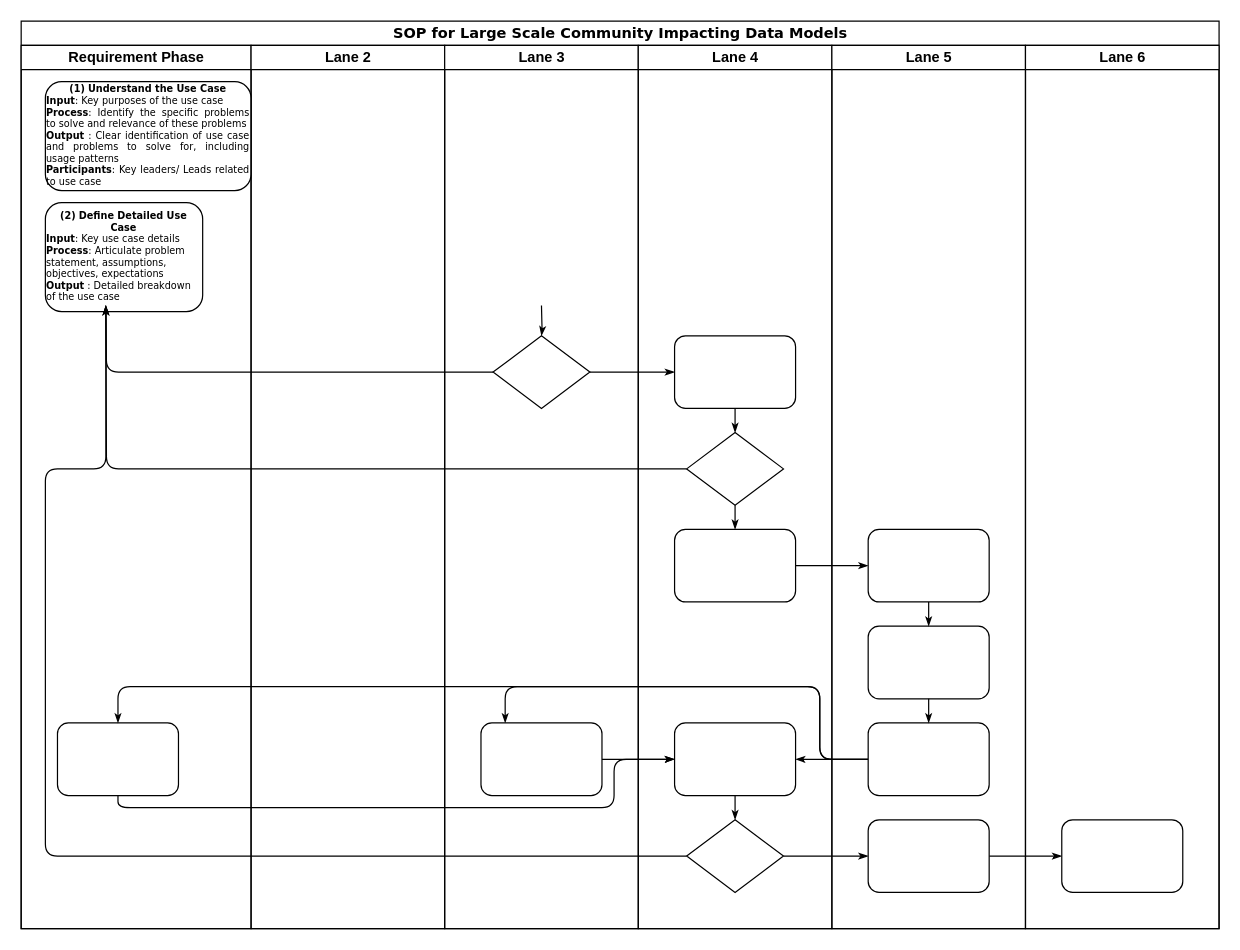
drshyamsundaram/CommunityDataModel keeps this draw.io diagram as DataModel_SOP_Detailed.drawio. Above is the earlier version. Source tidied: cells renumbered, new cells numbered last; positions are measured from the earlier drawing's top-left corner, leaving out a move shared by most shapes. Both pictures are drawn from the tidied source at 121%, with x=0, y=0 at pixel (21, 21).
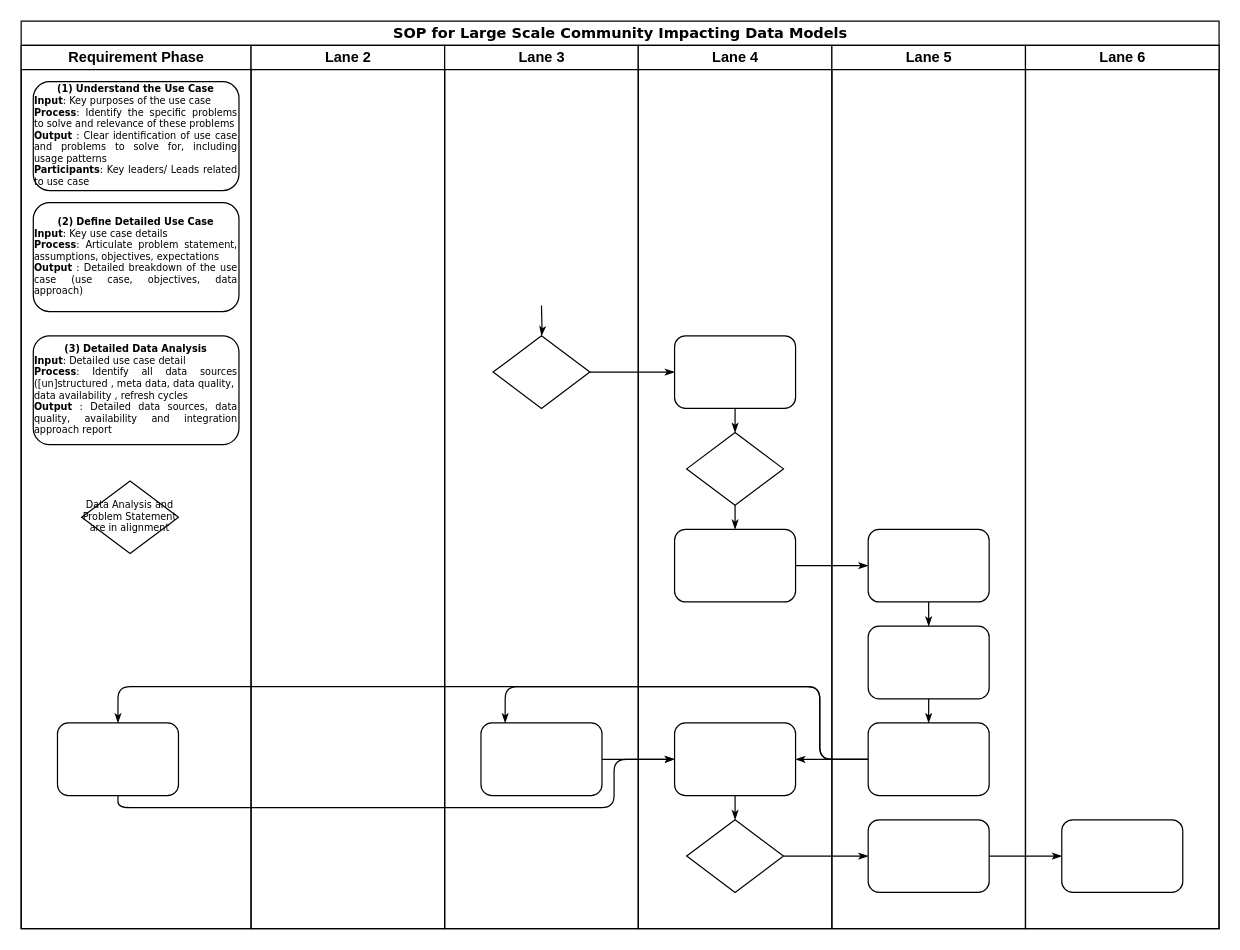
After the change.

The change refers to these unchanged cells:
```xml
<mxCell id="2" value="&lt;font style=&quot;font-size: 12px&quot;&gt;SOP for Large Scale Community Impacting Data Models&lt;/font&gt;" style="swimlane;html=1;startSize=20;rounded=0;shadow=0;labelBackgroundColor=none;strokeWidth=1;fontFamily=Verdana;fontSize=8;align=center;" parent="1" vertex="1">
  <mxGeometry width="990" height="750" as="geometry" />
</mxCell>
<mxCell id="3" value="Requirement Phase" style="swimlane;html=1;startSize=20;" parent="2" vertex="1">
  <mxGeometry y="20" width="190" height="730" as="geometry" />
</mxCell>
<mxCell id="21" style="rhombus;whiteSpace=wrap;html=1;rounded=0;shadow=0;labelBackgroundColor=none;strokeWidth=1;fontFamily=Verdana;fontSize=8;align=center;" parent="20" vertex="1">
  <mxGeometry x="40" y="240" width="80" height="60" as="geometry" />
</mxCell>
<mxCell id="26" style="rhombus;whiteSpace=wrap;html=1;rounded=0;shadow=0;labelBackgroundColor=none;strokeWidth=1;fontFamily=Verdana;fontSize=8;align=center;" parent="24" vertex="1">
  <mxGeometry x="40" y="320" width="80" height="60" as="geometry" />
</mxCell>
<mxCell id="29" style="rhombus;whiteSpace=wrap;html=1;rounded=0;shadow=0;labelBackgroundColor=none;strokeWidth=1;fontFamily=Verdana;fontSize=8;align=center;" parent="24" vertex="1">
  <mxGeometry x="40" y="640" width="80" height="60" as="geometry" />
</mxCell>
```

Change to the diagram source:
```diff
@@
     <mxCell id="4" value="&lt;b&gt;(1)&lt;/b&gt; &lt;b&gt;Understand the Use Case&lt;br&gt;&lt;div style=&quot;text-align: justify&quot;&gt;&lt;b&gt;Input&lt;/b&gt;&lt;span style=&quot;font-weight: normal&quot;&gt;: Key purposes of the use case&lt;/span&gt;&lt;/div&gt;&lt;/b&gt;&lt;b&gt;&lt;div style=&quot;text-align: justify&quot;&gt;&lt;b&gt;Process&lt;/b&gt;&lt;span style=&quot;font-weight: normal&quot;&gt;: Identify the specific problems to solve and relevance of these problems&lt;/span&gt;&lt;/div&gt;&lt;/b&gt;&lt;b&gt;&lt;div style=&quot;text-align: justify&quot;&gt;&lt;b&gt;Output&lt;/b&gt;&lt;span style=&quot;font-weight: normal&quot;&gt; : Clear identification of use case and problems to solve for, including usage patterns&lt;/span&gt;&lt;/div&gt;&lt;/b&gt;&lt;b&gt;&lt;div style=&quot;text-align: justify&quot;&gt;&lt;b&gt;Participants&lt;/b&gt;&lt;span style=&quot;font-weight: normal&quot;&gt;: Key leaders/ Leads related to use case&lt;/span&gt;&lt;/div&gt;&lt;/b&gt;" style="rounded=1;whiteSpace=wrap;html=1;shadow=0;labelBackgroundColor=none;strokeWidth=1;fontFamily=Verdana;fontSize=8;align=center;" parent="3" vertex="1">
-      <mxGeometry x="20" y="30" width="170" height="90" as="geometry" />
+      <mxGeometry x="10" y="30" width="170" height="90" as="geometry" />
     </mxCell>
@@
-    <mxCell id="6" value="&lt;b&gt;(2)&lt;/b&gt; &lt;b&gt;Define Detailed Use Case&lt;br&gt;&lt;div style=&quot;text-align: left&quot;&gt;&lt;b&gt;Input&lt;/b&gt;&lt;span style=&quot;font-weight: normal&quot;&gt;: Key use case details&lt;/span&gt;&lt;/div&gt;&lt;/b&gt;&lt;b&gt;&lt;div style=&quot;text-align: left&quot;&gt;&lt;b&gt;Process&lt;/b&gt;&lt;span style=&quot;font-weight: normal&quot;&gt;: Articulate problem statement, assumptions, objectives, expectations&amp;nbsp;&lt;/span&gt;&lt;/div&gt;&lt;/b&gt;&lt;b&gt;&lt;div style=&quot;text-align: left&quot;&gt;&lt;b&gt;Output&lt;/b&gt;&lt;span style=&quot;font-weight: normal&quot;&gt; : Detailed breakdown of the use case&lt;/span&gt;&lt;/div&gt;&lt;/b&gt;" style="rounded=1;whiteSpace=wrap;html=1;shadow=0;labelBackgroundColor=none;strokeWidth=1;fontFamily=Verdana;fontSize=8;align=center;" parent="3" vertex="1">
-      <mxGeometry x="20" y="130" width="130" height="90" as="geometry" />
+    <mxCell id="6" value="&lt;b&gt;(2)&lt;/b&gt; &lt;b&gt;Define Detailed Use Case&lt;br&gt;&lt;div style=&quot;text-align: justify&quot;&gt;&lt;b&gt;Input&lt;/b&gt;&lt;span style=&quot;font-weight: normal&quot;&gt;: Key use case details&lt;/span&gt;&lt;/div&gt;&lt;/b&gt;&lt;b&gt;&lt;div style=&quot;text-align: justify&quot;&gt;&lt;b&gt;Process&lt;/b&gt;&lt;span style=&quot;font-weight: normal&quot;&gt;: Articulate problem statement, assumptions, objectives, expectations&amp;nbsp;&lt;/span&gt;&lt;/div&gt;&lt;/b&gt;&lt;b&gt;&lt;div style=&quot;text-align: justify&quot;&gt;&lt;b&gt;Output&lt;/b&gt;&lt;span style=&quot;font-weight: normal&quot;&gt; : Detailed breakdown of the use case (use case, objectives, data approach)&lt;/span&gt;&lt;/div&gt;&lt;/b&gt;" style="rounded=1;whiteSpace=wrap;html=1;shadow=0;labelBackgroundColor=none;strokeWidth=1;fontFamily=Verdana;fontSize=8;align=center;" parent="3" vertex="1">
+      <mxGeometry x="10" y="130" width="170" height="90" as="geometry" />
     </mxCell>
-    <mxCell id="7" style="edgeStyle=orthogonalEdgeStyle;rounded=1;html=1;labelBackgroundColor=none;startArrow=none;startFill=0;startSize=5;endArrow=classicThin;endFill=1;endSize=5;jettySize=auto;strokeWidth=1;fontFamily=Verdana;fontSize=8;" parent="2" edge="1" source="21">
-      <mxGeometry relative="1" as="geometry">
-        <mxPoint x="70" y="235" as="targetPoint" />
-      </mxGeometry>
-    </mxCell>
-    <mxCell id="8" style="edgeStyle=orthogonalEdgeStyle;rounded=1;html=1;labelBackgroundColor=none;startArrow=none;startFill=0;startSize=5;endArrow=classicThin;endFill=1;endSize=5;jettySize=auto;strokeWidth=1;fontFamily=Verdana;fontSize=8;" parent="2" edge="1" source="26">
-      <mxGeometry relative="1" as="geometry">
-        <mxPoint x="70" y="235" as="targetPoint" />
-      </mxGeometry>
-    </mxCell>
-    <mxCell id="9" style="edgeStyle=orthogonalEdgeStyle;rounded=1;html=1;labelBackgroundColor=none;startArrow=none;startFill=0;startSize=5;endArrow=classicThin;endFill=1;endSize=5;jettySize=auto;strokeWidth=1;fontFamily=Verdana;fontSize=8;" parent="2" edge="1" source="29">
-      <mxGeometry relative="1" as="geometry">
-        <mxPoint x="70" y="235" as="targetPoint" />
-        <Array as="points">
-          <mxPoint x="20" y="690" />
-          <mxPoint x="20" y="370" />
-          <mxPoint x="70" y="370" />
-        </Array>
-      </mxGeometry>
-    </mxCell>
+    <mxCell id="42" value="&lt;b&gt;(3)&lt;/b&gt;&amp;nbsp;&lt;b&gt;Detailed Data Analysis&lt;br&gt;&lt;div style=&quot;text-align: justify&quot;&gt;&lt;b&gt;Input&lt;/b&gt;&lt;span style=&quot;font-weight: normal&quot;&gt;: Detailed use case detail&lt;/span&gt;&lt;/div&gt;&lt;/b&gt;&lt;div style=&quot;text-align: justify&quot;&gt;&lt;b style=&quot;font-weight: bold&quot;&gt;Process&lt;/b&gt;: Identify all data sources ([un]structured , meta data, data quality,&amp;nbsp; data availability&amp;nbsp;, refresh cycles&lt;/div&gt;&lt;b&gt;&lt;div style=&quot;text-align: justify&quot;&gt;&lt;b&gt;Output&lt;/b&gt;&lt;span style=&quot;font-weight: normal&quot;&gt; : Detailed data sources, data quality, availability and integration approach report&lt;/span&gt;&lt;/div&gt;&lt;/b&gt;" style="rounded=1;whiteSpace=wrap;html=1;shadow=0;labelBackgroundColor=none;strokeWidth=1;fontFamily=Verdana;fontSize=8;align=center;" parent="3" vertex="1">
+      <mxGeometry x="10" y="240" width="170" height="90" as="geometry" />
+    </mxCell>
+    <mxCell id="43" value="Data Analysis and Problem Statement are in alignment" style="rhombus;whiteSpace=wrap;html=1;rounded=0;shadow=0;labelBackgroundColor=none;strokeWidth=1;fontFamily=Verdana;fontSize=8;align=center;" parent="3" vertex="1">
+      <mxGeometry x="50" y="360" width="80" height="60" as="geometry" />
+    </mxCell>
```
